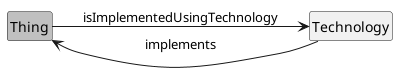
Before: media/overview_Technology.png, a diagram exported from PlantUML (jeswr/dpv).
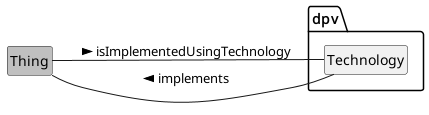
After the commit.

Change to the diagram source:
```diff
@@ -3,10 +3,11 @@
 left to right direction
 
 class Thing #silver
-class Technology
-
-Thing --> Technology: isImplementedUsingTechnology
-Technology --> Thing: implements
+package dpv {
+	class Technology
+}
+Thing -- Technology: isImplementedUsingTechnology >
+Technology -- Thing: implements >
 
 
 @enduml
```
